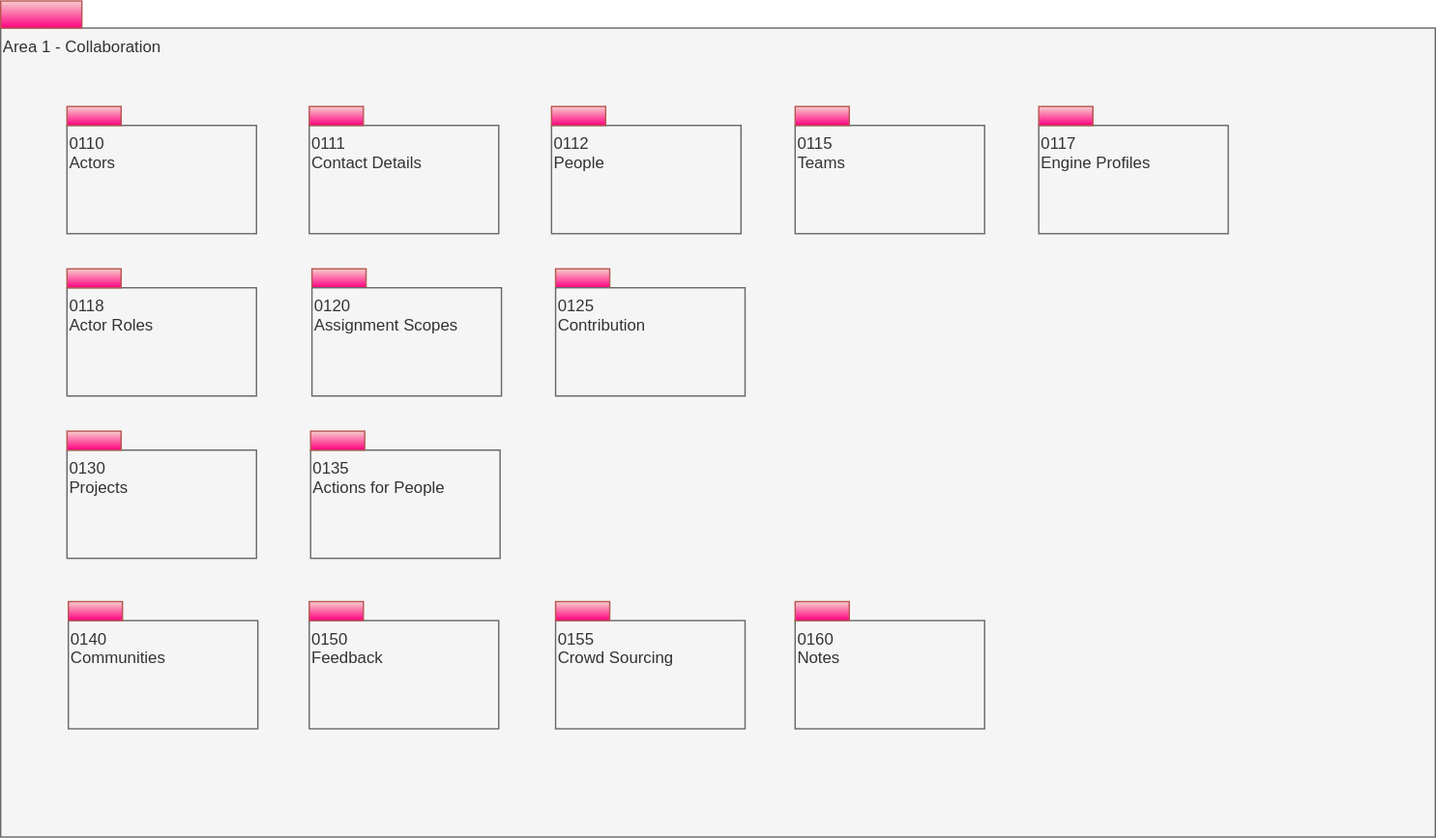
Above: site/docs/types/1/area-1-collaboration-overview.svg in odpi/egeria-docs (draw.io), before the change. Source tidied: cells renumbered, new cells last; positions are measured from the earlier drawing's top-left corner, leaving out a move shared by most shapes.
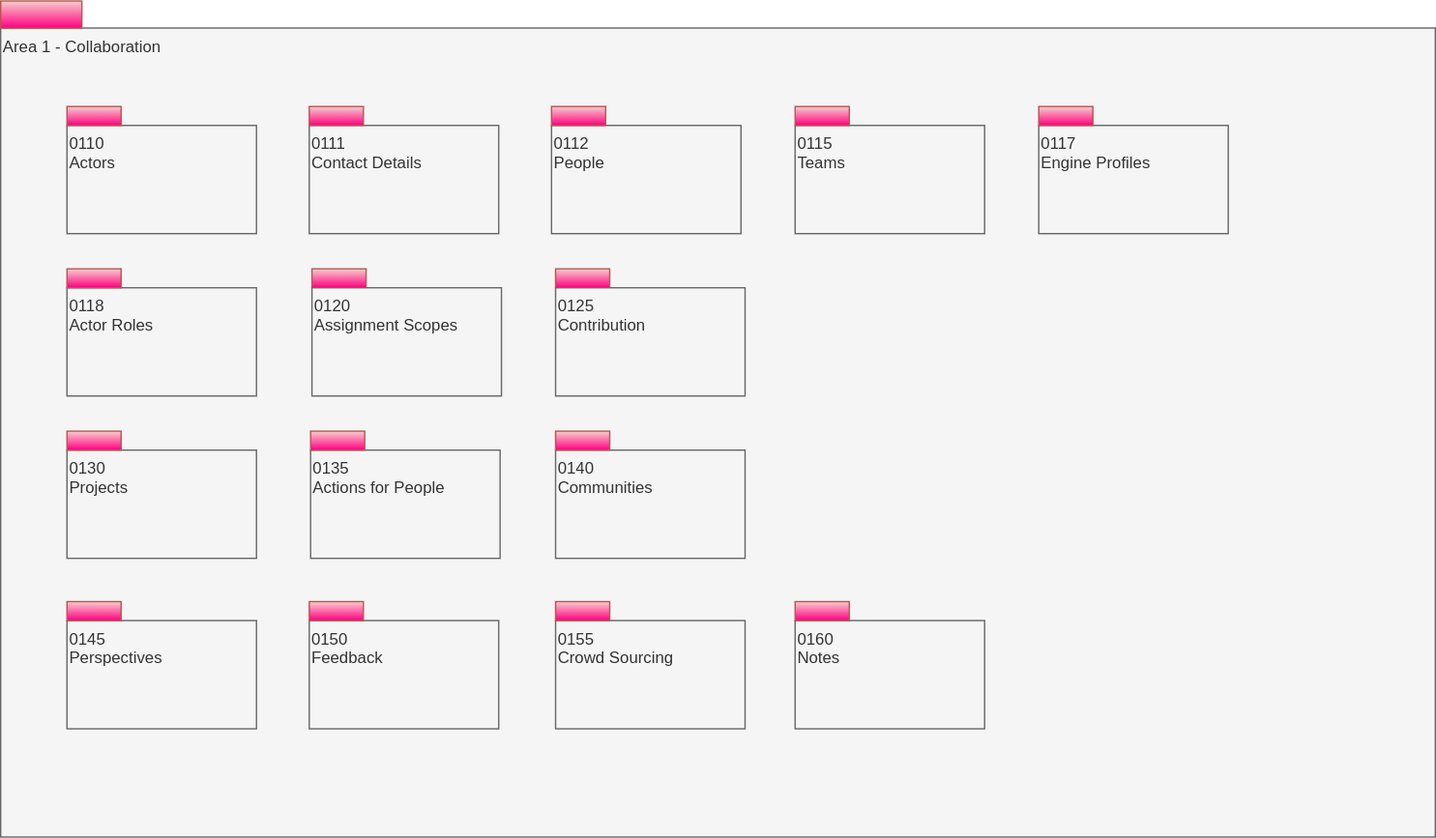
The same file after the commit.

What changed in the source:
```diff
@@ -21,10 +21,10 @@
       <mxGeometry x="229" y="318" width="40" height="14" as="geometry" />
     </mxCell>
     <mxCell id="8" value="0140&lt;br&gt;Communities&lt;br&gt;" style="rounded=0;whiteSpace=wrap;html=1;align=left;verticalAlign=top;fillColor=#f5f5f5;fontColor=#333333;strokeColor=#666666;" parent="1" vertex="1">
-      <mxGeometry x="50" y="458" width="140" height="80" as="geometry" />
+      <mxGeometry x="410" y="332" width="140" height="80" as="geometry" />
     </mxCell>
     <mxCell id="9" style="html=1;strokeColor=#b85450;align=center;fillColor=#f8cecc;gradientColor=#FF0080;" parent="1" vertex="1">
-      <mxGeometry x="50" y="444" width="40" height="14" as="geometry" />
+      <mxGeometry x="410" y="318" width="40" height="14" as="geometry" />
     </mxCell>
     <mxCell id="10" value="0150&lt;br&gt;Feedback&lt;br&gt;" style="rounded=0;whiteSpace=wrap;html=1;align=left;verticalAlign=top;fillColor=#f5f5f5;fontColor=#333333;strokeColor=#666666;" parent="1" vertex="1">
       <mxGeometry x="228" y="458" width="140" height="80" as="geometry" />
@@ -92,5 +92,11 @@
     <mxCell id="31" style="html=1;strokeColor=#b85450;align=center;fillColor=#f8cecc;gradientColor=#FF0080;" parent="1" vertex="1">
       <mxGeometry x="228" y="78" width="40" height="14" as="geometry" />
     </mxCell>
+    <mxCell id="32" value="0145&lt;br&gt;Perspectives" style="rounded=0;whiteSpace=wrap;html=1;align=left;verticalAlign=top;fillColor=#f5f5f5;fontColor=#333333;strokeColor=#666666;" parent="1" vertex="1">
+      <mxGeometry x="49" y="458" width="140" height="80" as="geometry" />
+    </mxCell>
+    <mxCell id="33" style="html=1;strokeColor=#b85450;align=center;fillColor=#f8cecc;gradientColor=#FF0080;" parent="1" vertex="1">
+      <mxGeometry x="49" y="444" width="40" height="14" as="geometry" />
+    </mxCell>
   </root>
 </mxGraphModel>
```
